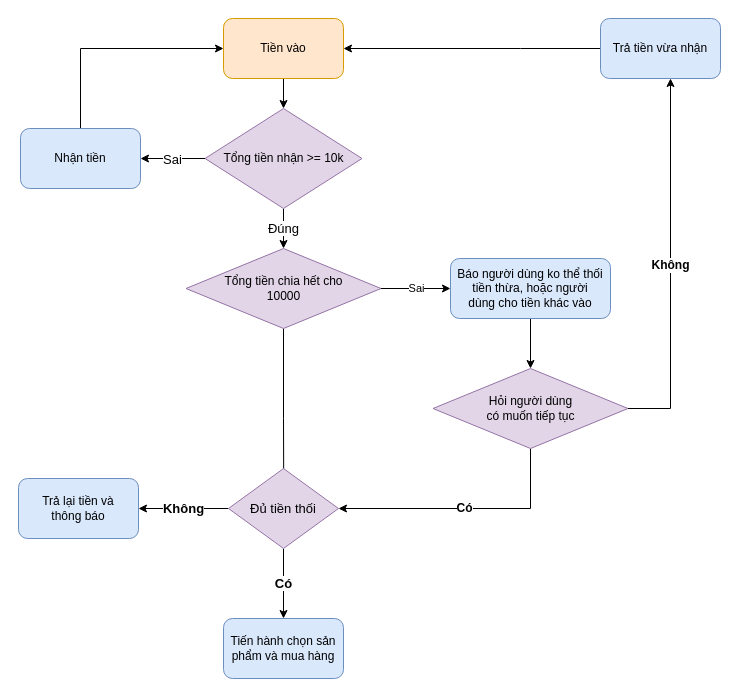
Earlier version of the draw.io diagram EscrowMoney.drawio (dongtranthien/Documents). Source tidied: cells renumbered, new cells numbered last; positions are measured from the earlier drawing's top-left corner, leaving out a move shared by most shapes. Both pictures are drawn from the tidied source at 100%, with x=0, y=0 at pixel (18, 18).
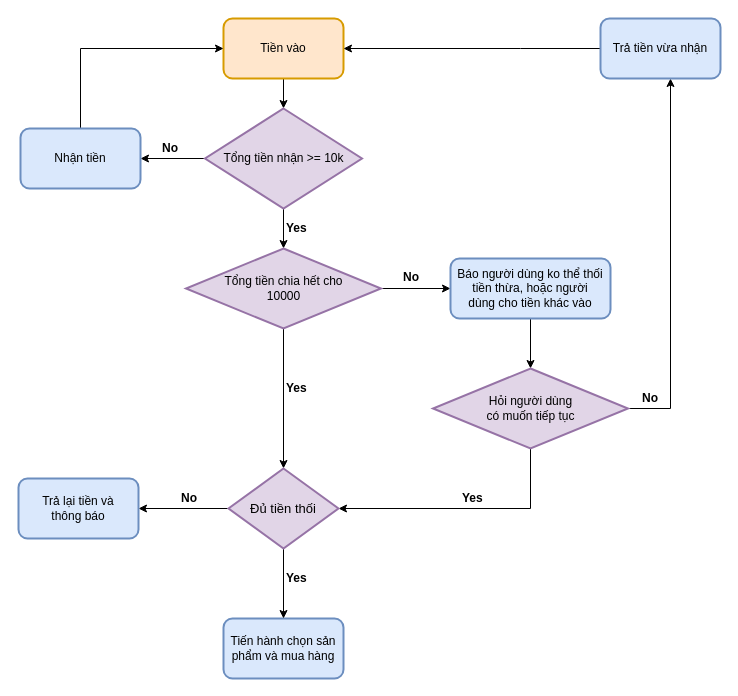
Above is the later version.

Unchanged cells that the change refers to:
```xml
<mxCell id="4" style="edgeStyle=orthogonalEdgeStyle;rounded=0;jettySize=auto;html=1;entryX=1;entryY=0.5;entryDx=0;entryDy=0;" parent="1" edge="1" source="7" target="9">
  <mxGeometry relative="1" as="geometry" />
</mxCell>
```

What changed in the source:
```diff
@@
-    <mxCell id="3" value="Tiền vào" style="rounded=1;whiteSpace=wrap;html=1;fillColor=#ffe6cc;strokeColor=#d79b00;" parent="1" vertex="1">
+    <mxCell id="3" value="Tiền vào" style="rounded=1;whiteSpace=wrap;html=1;fillColor=#ffe6cc;strokeColor=#d79b00;strokeWidth=2;" parent="1" vertex="1">
       <mxGeometry x="205" width="120" height="60" as="geometry" />
     </mxCell>
@@
-    <mxCell id="5" value="Sai" style="text;html=1;align=center;verticalAlign=middle;labelBackgroundColor=#ffffff;fontSize=13;" parent="4" vertex="1">
-      <mxGeometry x="0.2" y="-1" relative="1" as="geometry">
-        <mxPoint x="6" y="1" as="offset" />
-      </mxGeometry>
-    </mxCell>
-    <mxCell id="6" value="Đúng" style="edgeStyle=orthogonalEdgeStyle;rounded=0;jettySize=auto;html=1;entryX=0.5;entryY=0;entryDx=0;entryDy=0;fontSize=13;" parent="1" edge="1" source="7" target="12">
+    <mxCell id="6" style="edgeStyle=orthogonalEdgeStyle;rounded=0;jettySize=auto;html=1;entryX=0.5;entryY=0;entryDx=0;entryDy=0;fontSize=13;fontStyle=1;" parent="1" edge="1" source="7" target="12">
       <mxGeometry relative="1" as="geometry" />
     </mxCell>
-    <mxCell id="7" value="Tổng tiền nhận &amp;gt;= 10k" style="rhombus;whiteSpace=wrap;html=1;fillColor=#e1d5e7;strokeColor=#9673a6;" parent="1" vertex="1">
+    <mxCell id="7" value="Tổng tiền nhận &amp;gt;= 10k" style="rhombus;whiteSpace=wrap;html=1;fillColor=#e1d5e7;strokeColor=#9673a6;strokeWidth=2;" parent="1" vertex="1">
       <mxGeometry x="186.5" y="90" width="157" height="100" as="geometry" />
     </mxCell>
@@
-    <mxCell id="9" value="Nhận tiền" style="rounded=1;whiteSpace=wrap;html=1;fillColor=#dae8fc;strokeColor=#6c8ebf;" parent="1" vertex="1">
+    <mxCell id="9" value="Nhận tiền" style="rounded=1;whiteSpace=wrap;html=1;fillColor=#dae8fc;strokeColor=#6c8ebf;strokeWidth=2;" parent="1" vertex="1">
       <mxGeometry x="2" y="110" width="120" height="60" as="geometry" />
     </mxCell>
-    <mxCell id="10" value="Sai" style="edgeStyle=orthogonalEdgeStyle;rounded=0;jettySize=auto;html=1;entryX=0;entryY=0.5;entryDx=0;entryDy=0;" parent="1" edge="1" source="12" target="14">
+    <mxCell id="10" style="edgeStyle=orthogonalEdgeStyle;rounded=0;jettySize=auto;html=1;entryX=0;entryY=0.5;entryDx=0;entryDy=0;fontSize=12;fontStyle=1;" parent="1" edge="1" source="12" target="14">
       <mxGeometry relative="1" as="geometry" />
     </mxCell>
-    <mxCell id="11" style="edgeStyle=orthogonalEdgeStyle;rounded=0;jettySize=auto;html=1;entryX=0.5;entryY=0;entryDx=0;entryDy=0;fontSize=13;" parent="1" edge="1" source="12">
-      <mxGeometry relative="1" as="geometry">
-        <mxPoint x="265.3" y="490.1" as="targetPoint" />
-      </mxGeometry>
-    </mxCell>
+    <mxCell id="25" style="edgeStyle=orthogonalEdgeStyle;rounded=0;jettySize=auto;html=1;entryX=0.5;entryY=0;entryDx=0;entryDy=0;fontSize=12;" parent="1" edge="1" source="12" target="23">
+      <mxGeometry relative="1" as="geometry" />
+    </mxCell>
-    <mxCell id="12" value="Tổng tiền chia hết cho &lt;br&gt;10000" style="rhombus;whiteSpace=wrap;html=1;fillColor=#e1d5e7;strokeColor=#9673a6;" parent="1" vertex="1">
+    <mxCell id="12" value="Tổng tiền chia hết cho &lt;br&gt;10000" style="rhombus;whiteSpace=wrap;html=1;fillColor=#e1d5e7;strokeColor=#9673a6;strokeWidth=2;" parent="1" vertex="1">
       <mxGeometry x="167.5" y="230" width="195" height="80" as="geometry" />
     </mxCell>
@@
-    <mxCell id="14" value="Báo người dùng ko thể thối tiền thừa, hoặc người &lt;br&gt;dùng cho tiền khác vào" style="rounded=1;whiteSpace=wrap;html=1;fillColor=#dae8fc;strokeColor=#6c8ebf;" parent="1" vertex="1">
+    <mxCell id="14" value="Báo người dùng ko thể thối tiền thừa, hoặc người &lt;br&gt;dùng cho tiền khác vào" style="rounded=1;whiteSpace=wrap;html=1;fillColor=#dae8fc;strokeColor=#6c8ebf;strokeWidth=2;" parent="1" vertex="1">
       <mxGeometry x="432" y="240" width="160" height="60" as="geometry" />
     </mxCell>
-    <mxCell id="15" value="Có" style="edgeStyle=orthogonalEdgeStyle;rounded=0;jettySize=auto;html=1;entryX=1;entryY=0.5;entryDx=0;entryDy=0;fontSize=12;fontStyle=1;" parent="1" edge="1" source="17" target="23">
+    <mxCell id="15" style="edgeStyle=orthogonalEdgeStyle;rounded=0;jettySize=auto;html=1;entryX=1;entryY=0.5;entryDx=0;entryDy=0;fontSize=12;fontStyle=1;" parent="1" edge="1" source="17" target="23">
       <mxGeometry relative="1" as="geometry">
         <Array as="points">
           <mxPoint x="512" y="490" />
         </Array>
       </mxGeometry>
     </mxCell>
-    <mxCell id="16" value="Không" style="edgeStyle=orthogonalEdgeStyle;rounded=0;jettySize=auto;html=1;fontSize=12;fontStyle=1;" parent="1" edge="1" source="17" target="19">
+    <mxCell id="16" style="edgeStyle=orthogonalEdgeStyle;rounded=0;jettySize=auto;html=1;fontSize=12;fontStyle=1;" parent="1" edge="1" source="17" target="19">
       <mxGeometry relative="1" as="geometry">
         <Array as="points">
           <mxPoint x="652" y="390" />
         </Array>
       </mxGeometry>
     </mxCell>
-    <mxCell id="17" value="Hỏi người dùng&lt;br&gt;có muốn tiếp tục&lt;br&gt;" style="rhombus;whiteSpace=wrap;html=1;fillColor=#e1d5e7;strokeColor=#9673a6;" parent="1" vertex="1">
+    <mxCell id="17" value="Hỏi người dùng&lt;br&gt;có muốn tiếp tục&lt;br&gt;" style="rhombus;whiteSpace=wrap;html=1;fillColor=#e1d5e7;strokeColor=#9673a6;strokeWidth=2;" parent="1" vertex="1">
       <mxGeometry x="414.5" y="350" width="195" height="80" as="geometry" />
     </mxCell>
@@
-    <mxCell id="19" value="Trả tiền vừa nhận" style="rounded=1;whiteSpace=wrap;html=1;fillColor=#dae8fc;strokeColor=#6c8ebf;" parent="1" vertex="1">
+    <mxCell id="19" value="Trả tiền vừa nhận" style="rounded=1;whiteSpace=wrap;html=1;fillColor=#dae8fc;strokeColor=#6c8ebf;strokeWidth=2;" parent="1" vertex="1">
       <mxGeometry x="582" width="120" height="60" as="geometry" />
     </mxCell>
-    <mxCell id="20" value="Tiến hành chọn sản phẩm và mua hàng" style="rounded=1;whiteSpace=wrap;html=1;fillColor=#dae8fc;strokeColor=#6c8ebf;" parent="1" vertex="1">
+    <mxCell id="20" value="Tiến hành chọn sản phẩm và mua hàng" style="rounded=1;whiteSpace=wrap;html=1;fillColor=#dae8fc;strokeColor=#6c8ebf;strokeWidth=2;" parent="1" vertex="1">
       <mxGeometry x="205" y="600" width="120" height="60" as="geometry" />
     </mxCell>
-    <mxCell id="21" value="Có" style="edgeStyle=orthogonalEdgeStyle;rounded=0;jettySize=auto;html=1;entryX=0.5;entryY=0;entryDx=0;entryDy=0;fontSize=13;fontStyle=1;" parent="1" edge="1" source="23" target="20">
+    <mxCell id="21" style="edgeStyle=orthogonalEdgeStyle;rounded=0;jettySize=auto;html=1;entryX=0.5;entryY=0;entryDx=0;entryDy=0;fontSize=13;fontStyle=1;" parent="1" edge="1" source="23" target="20">
       <mxGeometry relative="1" as="geometry" />
     </mxCell>
-    <mxCell id="22" value="Không" style="edgeStyle=orthogonalEdgeStyle;rounded=0;jettySize=auto;html=1;fontSize=13;entryX=1;entryY=0.5;entryDx=0;entryDy=0;fontStyle=1;" parent="1" edge="1" source="23" target="24">
+    <mxCell id="22" style="edgeStyle=orthogonalEdgeStyle;rounded=0;jettySize=auto;html=1;fontSize=13;entryX=1;entryY=0.5;entryDx=0;entryDy=0;fontStyle=1;" parent="1" edge="1" source="23" target="24">
       <mxGeometry relative="1" as="geometry" />
     </mxCell>
-    <mxCell id="23" value="Đủ tiền thối" style="rhombus;whiteSpace=wrap;html=1;fontSize=13;fillColor=#e1d5e7;strokeColor=#9673a6;" parent="1" vertex="1">
+    <mxCell id="23" value="Đủ tiền thối" style="rhombus;whiteSpace=wrap;html=1;fontSize=13;fillColor=#e1d5e7;strokeColor=#9673a6;strokeWidth=2;" parent="1" vertex="1">
       <mxGeometry x="210" y="450" width="110" height="80" as="geometry" />
     </mxCell>
-    <mxCell id="24" value="Trả lại tiền và &lt;br&gt;thông báo" style="rounded=1;whiteSpace=wrap;html=1;fillColor=#dae8fc;strokeColor=#6c8ebf;" parent="1" vertex="1">
+    <mxCell id="24" value="Trả lại tiền và &lt;br&gt;thông báo" style="rounded=1;whiteSpace=wrap;html=1;fillColor=#dae8fc;strokeColor=#6c8ebf;strokeWidth=2;" parent="1" vertex="1">
       <mxGeometry y="460" width="120" height="60" as="geometry" />
     </mxCell>
+    <mxCell id="26" value="No" style="text;html=1;align=left;verticalAlign=top;spacingTop=-4;fontSize=12;fontStyle=1;" parent="1" vertex="1">
+      <mxGeometry x="142" y="120" width="30" height="20" as="geometry" />
+    </mxCell>
+    <mxCell id="27" value="Yes" style="text;html=1;align=left;verticalAlign=top;spacingTop=-4;fontSize=12;fontStyle=1;" parent="1" vertex="1">
+      <mxGeometry x="265.5" y="200" width="40" height="20" as="geometry" />
+    </mxCell>
+    <mxCell id="28" value="No" style="text;html=1;align=left;verticalAlign=top;spacingTop=-4;fontSize=12;fontStyle=1;" parent="1" vertex="1">
+      <mxGeometry x="382.5" y="249" width="30" height="20" as="geometry" />
+    </mxCell>
+    <mxCell id="29" value="No" style="text;html=1;align=left;verticalAlign=top;spacingTop=-4;fontSize=12;fontStyle=1;" parent="1" vertex="1">
+      <mxGeometry x="622" y="370" width="30" height="20" as="geometry" />
+    </mxCell>
+    <mxCell id="30" value="&lt;b&gt;Yes&lt;/b&gt;" style="text;html=1;align=left;verticalAlign=top;spacingTop=-4;fontSize=12;" parent="1" vertex="1">
+      <mxGeometry x="442" y="470" width="40" height="20" as="geometry" />
+    </mxCell>
+    <mxCell id="31" value="&lt;b&gt;Yes&lt;/b&gt;" style="text;html=1;align=left;verticalAlign=top;spacingTop=-4;fontSize=12;" parent="1" vertex="1">
+      <mxGeometry x="265.5" y="360" width="40" height="20" as="geometry" />
+    </mxCell>
+    <mxCell id="32" value="&lt;b&gt;No&lt;/b&gt;" style="text;html=1;align=left;verticalAlign=top;spacingTop=-4;fontSize=12;" parent="1" vertex="1">
+      <mxGeometry x="161" y="470" width="30" height="20" as="geometry" />
+    </mxCell>
+    <mxCell id="33" value="&lt;b&gt;Yes&lt;/b&gt;" style="text;html=1;align=left;verticalAlign=top;spacingTop=-4;fontSize=12;" parent="1" vertex="1">
+      <mxGeometry x="265.5" y="550" width="40" height="20" as="geometry" />
+    </mxCell>
```
